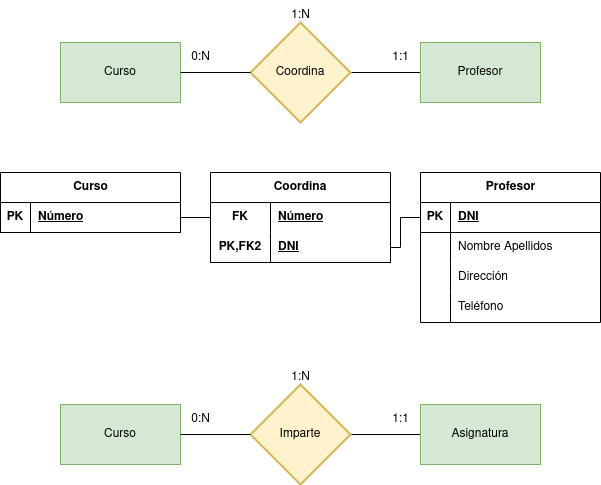
GermanOjeda/base-datos keeps this draw.io diagram as tareas 1/Ejercicio calificable docente (MR-2).drawio.png. Above is the earlier version. Source tidied: cells renumbered, new cells last; positions are measured from the earlier drawing's top-left corner, leaving out a move shared by most shapes.
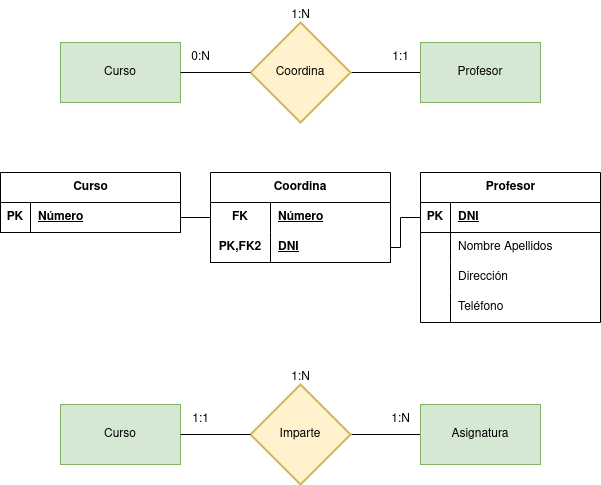
Later version of the same file.

Change to the diagram source:
```diff
@@ -119,10 +119,10 @@
     <mxCell id="40" style="rounded=0;jettySize=auto;html=1;exitX=1;exitY=0.5;exitDx=0;exitDy=0;entryX=0;entryY=0.5;entryDx=0;entryDy=0;entryPerimeter=0;endArrow=none;endFill=0;" parent="1" edge="1" source="36" target="38">
       <mxGeometry relative="1" as="geometry" />
     </mxCell>
-    <mxCell id="41" value="0:N" style="text;html=1;align=center;verticalAlign=middle;strokeColor=none;fillColor=none;" parent="1" vertex="1">
+    <mxCell id="41" value="1:1" style="text;html=1;align=center;verticalAlign=middle;strokeColor=none;fillColor=none;" parent="1" vertex="1">
       <mxGeometry x="180" y="404" width="40" height="30" as="geometry" />
     </mxCell>
-    <mxCell id="42" value="1:1" style="text;html=1;align=center;verticalAlign=middle;strokeColor=none;fillColor=none;" parent="1" vertex="1">
+    <mxCell id="42" value="1:N" style="text;html=1;align=center;verticalAlign=middle;strokeColor=none;fillColor=none;" parent="1" vertex="1">
       <mxGeometry x="380" y="404" width="40" height="30" as="geometry" />
     </mxCell>
     <mxCell id="43" value="1:N" style="text;html=1;align=center;verticalAlign=middle;strokeColor=none;fillColor=none;" parent="1" vertex="1">
```
